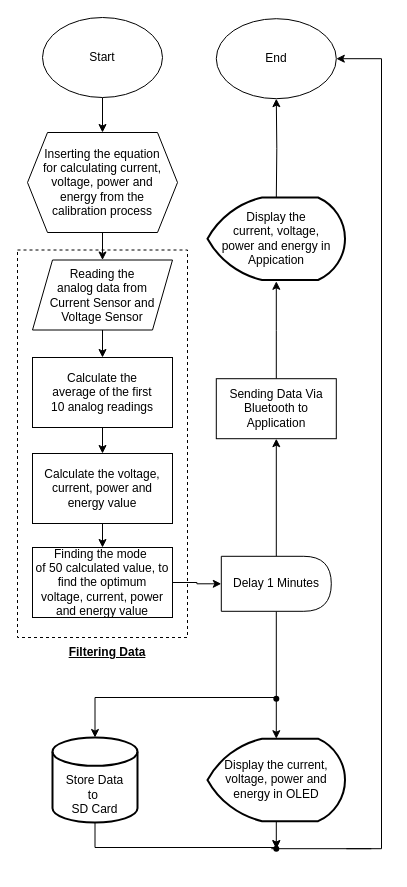
BiggusMaximus/Solar-Panel-Monitoring keeps this draw.io diagram as Workflow.drawio. Above is the earlier version. Source tidied: cells renumbered, new cells numbered last; positions are measured from the earlier drawing's top-left corner, leaving out a move shared by most shapes. Both pictures are drawn from the tidied source at 100%, with x=0, y=0 at pixel (17, 17).
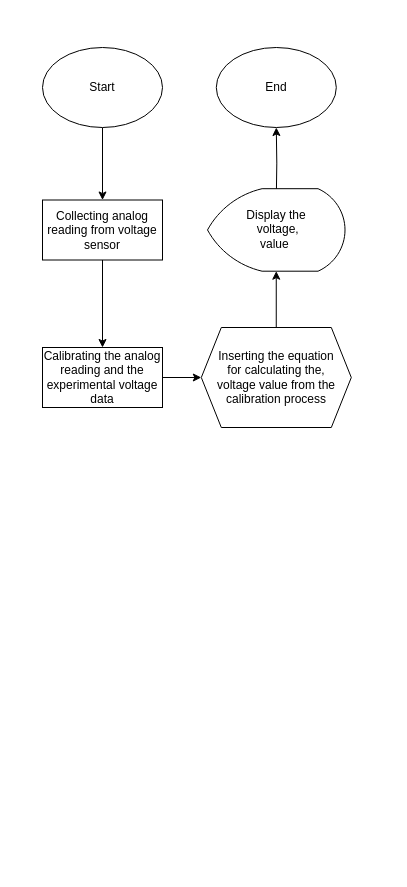
The same diagram, later.

Diff of the diagram source:
```diff
@@
-    <mxCell id="2" style="edgeStyle=orthogonalEdgeStyle;rounded=0;jettySize=auto;html=1;" parent="1" edge="1" source="3" target="11">
-      <mxGeometry relative="1" as="geometry" />
-    </mxCell>
+    <mxCell id="33" style="edgeStyle=orthogonalEdgeStyle;rounded=0;jettySize=auto;html=1;" parent="1" edge="1" source="3" target="36">
+      <mxGeometry relative="1" as="geometry" />
+    </mxCell>
     <mxCell id="3" value="Start" style="ellipse;whiteSpace=wrap;html=1;" parent="1" vertex="1">
-      <mxGeometry x="25" width="120" height="80" as="geometry" />
+      <mxGeometry x="25" y="30" width="120" height="80" as="geometry" />
     </mxCell>
-    <mxCell id="4" style="edgeStyle=orthogonalEdgeStyle;rounded=0;jettySize=auto;html=1;" parent="1" edge="1" source="5" target="7">
-      <mxGeometry relative="1" as="geometry" />
-    </mxCell>
-    <mxCell id="5" value="Reading the &lt;br&gt;analog data from &lt;br&gt;Current Sensor and&lt;br&gt;Voltage Sensor" style="shape=parallelogram;perimeter=parallelogramPerimeter;whiteSpace=wrap;html=1;fixedSize=1;" parent="1" vertex="1">
-      <mxGeometry x="15" y="242.5" width="140" height="70" as="geometry" />
-    </mxCell>
-    <mxCell id="6" style="edgeStyle=orthogonalEdgeStyle;rounded=0;jettySize=auto;html=1;" parent="1" edge="1" source="7" target="9">
-      <mxGeometry relative="1" as="geometry" />
-    </mxCell>
-    <mxCell id="7" value="Calculate the &lt;br&gt;average of the first &lt;br&gt;10 analog readings" style="whiteSpace=wrap;html=1;" parent="1" vertex="1">
-      <mxGeometry x="15" y="340" width="140" height="70" as="geometry" />
-    </mxCell>
-    <mxCell id="8" style="edgeStyle=orthogonalEdgeStyle;rounded=0;jettySize=auto;html=1;" parent="1" edge="1" source="9" target="13">
-      <mxGeometry relative="1" as="geometry" />
-    </mxCell>
-    <mxCell id="9" value="Calculate the voltage, current, power and energy value" style="whiteSpace=wrap;html=1;" parent="1" vertex="1">
-      <mxGeometry x="15" y="436" width="140" height="70" as="geometry" />
-    </mxCell>
-    <mxCell id="10" style="edgeStyle=orthogonalEdgeStyle;rounded=0;jettySize=auto;html=1;" parent="1" edge="1" source="11" target="5">
-      <mxGeometry relative="1" as="geometry" />
-    </mxCell>
+    <mxCell id="34" style="edgeStyle=orthogonalEdgeStyle;rounded=0;jettySize=auto;html=1;entryX=0.5;entryY=1;entryDx=0;entryDy=0;entryPerimeter=0;" parent="1" edge="1" source="11" target="26">
+      <mxGeometry relative="1" as="geometry" />
+    </mxCell>
-    <mxCell id="11" value="Inserting the equation &lt;br&gt;for calculating current, voltage, power and &lt;br&gt;energy from the &lt;br&gt;calibration process" style="shape=hexagon;perimeter=hexagonPerimeter2;whiteSpace=wrap;html=1;fixedSize=1;" parent="1" vertex="1">
-      <mxGeometry x="10" y="115" width="150" height="100" as="geometry" />
+    <mxCell id="11" value="Inserting the equation &lt;br&gt;for calculating the,&lt;br&gt;voltage value&amp;nbsp;from the &lt;br&gt;calibration process" style="shape=hexagon;perimeter=hexagonPerimeter2;whiteSpace=wrap;html=1;fixedSize=1;" parent="1" vertex="1">
+      <mxGeometry x="183.8" y="310" width="150" height="100" as="geometry" />
     </mxCell>
-    <mxCell id="12" style="edgeStyle=orthogonalEdgeStyle;rounded=0;jettySize=auto;html=1;" parent="1" edge="1" source="13" target="21">
-      <mxGeometry relative="1" as="geometry" />
-    </mxCell>
-    <mxCell id="13" value="Finding the mode&amp;nbsp;&lt;br&gt;of 50 calculated value, to find the optimum &lt;br&gt;voltage, current, power &lt;br&gt;and energy value" style="whiteSpace=wrap;html=1;" parent="1" vertex="1">
-      <mxGeometry x="15" y="530" width="140" height="70" as="geometry" />
-    </mxCell>
-    <mxCell id="14" style="edgeStyle=orthogonalEdgeStyle;rounded=0;jettySize=auto;html=1;" parent="1" edge="1" target="30">
-      <mxGeometry relative="1" as="geometry">
-        <mxPoint x="258.8" y="803.8" as="sourcePoint" />
-      </mxGeometry>
-    </mxCell>
-    <mxCell id="15" value="Display the current, voltage, power and energy in OLED" style="strokeWidth=2;html=1;shape=mxgraph.flowchart.display;whiteSpace=wrap;direction=east;" parent="1" vertex="1">
-      <mxGeometry x="190" y="721.2" width="137.5" height="82.5" as="geometry" />
-    </mxCell>
-    <mxCell id="16" style="rounded=0;whiteSpace=wrap;html=1;dashed=1;fillColor=none;" parent="1" vertex="1">
-      <mxGeometry y="232.5" width="170" height="387.5" as="geometry" />
-    </mxCell>
-    <mxCell id="17" value="&lt;b&gt;&lt;u&gt;Filtering Data&lt;/u&gt;&lt;/b&gt;" style="text;html=1;strokeColor=none;fillColor=none;align=center;verticalAlign=middle;whiteSpace=wrap;rounded=0;dashed=1;" parent="1" vertex="1">
-      <mxGeometry x="35" y="620" width="110" height="30" as="geometry" />
-    </mxCell>
     <mxCell id="18" value="End" style="ellipse;whiteSpace=wrap;html=1;fillColor=default;direction=east;" parent="1" vertex="1">
-      <mxGeometry x="198.8" y="1.2" width="120" height="80" as="geometry" />
+      <mxGeometry x="198.8" y="30" width="120" height="80" as="geometry" />
     </mxCell>
-    <mxCell id="19" style="edgeStyle=orthogonalEdgeStyle;rounded=0;jettySize=auto;html=1;" parent="1" edge="1" source="21">
-      <mxGeometry relative="1" as="geometry">
-        <mxPoint x="258.8" y="721.2" as="targetPoint" />
-      </mxGeometry>
-    </mxCell>
-    <mxCell id="20" style="edgeStyle=orthogonalEdgeStyle;rounded=0;jettySize=auto;html=1;" parent="1" edge="1" source="21" target="23">
-      <mxGeometry relative="1" as="geometry" />
-    </mxCell>
-    <mxCell id="21" value="Delay 1 Minutes" style="shape=delay;whiteSpace=wrap;html=1;fillColor=default;direction=east;" parent="1" vertex="1">
-      <mxGeometry x="203.8" y="538.8" width="110" height="55" as="geometry" />
-    </mxCell>
-    <mxCell id="22" style="edgeStyle=orthogonalEdgeStyle;rounded=0;jettySize=auto;html=1;" parent="1" edge="1" source="23">
-      <mxGeometry relative="1" as="geometry">
-        <mxPoint x="258.8" y="263.8" as="targetPoint" />
-      </mxGeometry>
-    </mxCell>
-    <mxCell id="23" value="Sending Data Via Bluetooth to Application" style="whiteSpace=wrap;html=1;direction=east;" parent="1" vertex="1">
-      <mxGeometry x="198.8" y="361.2" width="120" height="60" as="geometry" />
-    </mxCell>
-    <mxCell id="24" value="&lt;br&gt;&lt;br&gt;Store Data&lt;br&gt;to&amp;nbsp;&lt;br&gt;SD Card" style="strokeWidth=2;html=1;shape=mxgraph.flowchart.database;whiteSpace=wrap;fillColor=default;direction=east;" parent="1" vertex="1">
-      <mxGeometry x="35" y="720" width="85" height="85" as="geometry" />
-    </mxCell>
@@
-    <mxCell id="26" value="Display the &lt;br&gt;current, voltage, &lt;br&gt;power and energy in &lt;br&gt;Appication" style="strokeWidth=2;html=1;shape=mxgraph.flowchart.display;whiteSpace=wrap;direction=east;" parent="1" vertex="1">
-      <mxGeometry x="190" y="180" width="137.5" height="82.5" as="geometry" />
+    <mxCell id="26" value="Display the &lt;br&gt;&amp;nbsp;voltage, &lt;br&gt;value&amp;nbsp;" style="strokeWidth=1;html=1;shape=mxgraph.flowchart.display;whiteSpace=wrap;direction=east;" parent="1" vertex="1">
+      <mxGeometry x="190" y="171.2" width="137.5" height="82.5" as="geometry" />
     </mxCell>
-    <mxCell id="27" style="shape=waypoint;sketch=0;fillStyle=solid;size=6;points=[];fillColor=none;perimeter=centerPerimeter;snapToPoint=1;" parent="1" vertex="1">
-      <mxGeometry x="238.8" y="661.2" width="40" height="40" as="geometry" />
-    </mxCell>
-    <mxCell id="28" style="edgeStyle=segmentEdgeStyle;endArrow=classic;html=1;rounded=0;entryX=0.5;entryY=0;entryDx=0;entryDy=0;entryPerimeter=0;exitX=0.54;exitY=1.06;exitDx=0;exitDy=0;exitPerimeter=0;" parent="1" edge="1" source="27" target="24">
-      <mxGeometry relative="1" as="geometry">
-        <Array as="points">
-          <mxPoint x="259" y="680" />
-          <mxPoint x="78" y="680" />
-        </Array>
-      </mxGeometry>
-    </mxCell>
-    <mxCell id="29" style="edgeStyle=elbowEdgeStyle;elbow=vertical;endArrow=classic;html=1;rounded=0;entryX=1;entryY=0.5;entryDx=0;entryDy=0;exitX=0.75;exitY=0.5;exitDx=0;exitDy=0;exitPerimeter=0;" parent="1" edge="1" source="32" target="18">
-      <mxGeometry relative="1" as="geometry">
-        <Array as="points">
-          <mxPoint x="364" y="440" />
-        </Array>
-      </mxGeometry>
-    </mxCell>
-    <mxCell id="30" style="shape=waypoint;sketch=0;fillStyle=solid;size=6;points=[];fillColor=none;perimeter=centerPerimeter;snapToPoint=1;" parent="1" vertex="1">
-      <mxGeometry x="238.8" y="811.2" width="40" height="40" as="geometry" />
-    </mxCell>
-    <mxCell id="31" style="edgeStyle=segmentEdgeStyle;endArrow=classic;html=1;rounded=0;exitX=0.5;exitY=1;exitDx=0;exitDy=0;exitPerimeter=0;" parent="1" edge="1" source="24" target="30">
-      <mxGeometry relative="1" as="geometry">
-        <Array as="points">
-          <mxPoint x="78" y="830" />
-        </Array>
-      </mxGeometry>
-    </mxCell>
-    <mxCell id="32" style="line;strokeWidth=1;html=1;fillColor=default;" parent="1" vertex="1">
-      <mxGeometry x="253.8" y="826.2" width="100" height="10" as="geometry" />
-    </mxCell>
+    <mxCell id="35" style="edgeStyle=orthogonalEdgeStyle;rounded=0;jettySize=auto;html=1;" parent="1" edge="1" source="36" target="38">
+      <mxGeometry relative="1" as="geometry" />
+    </mxCell>
+    <mxCell id="36" value="Collecting analog reading from voltage sensor" style="whiteSpace=wrap;html=1;direction=east;" parent="1" vertex="1">
+      <mxGeometry x="25" y="182.5" width="120" height="60" as="geometry" />
+    </mxCell>
+    <mxCell id="37" style="edgeStyle=orthogonalEdgeStyle;rounded=0;jettySize=auto;html=1;" parent="1" edge="1" source="38" target="11">
+      <mxGeometry relative="1" as="geometry" />
+    </mxCell>
+    <mxCell id="38" value="Calibrating the analog reading and the experimental voltage data" style="whiteSpace=wrap;html=1;" parent="1" vertex="1">
+      <mxGeometry x="25" y="330" width="120" height="60" as="geometry" />
+    </mxCell>
```
